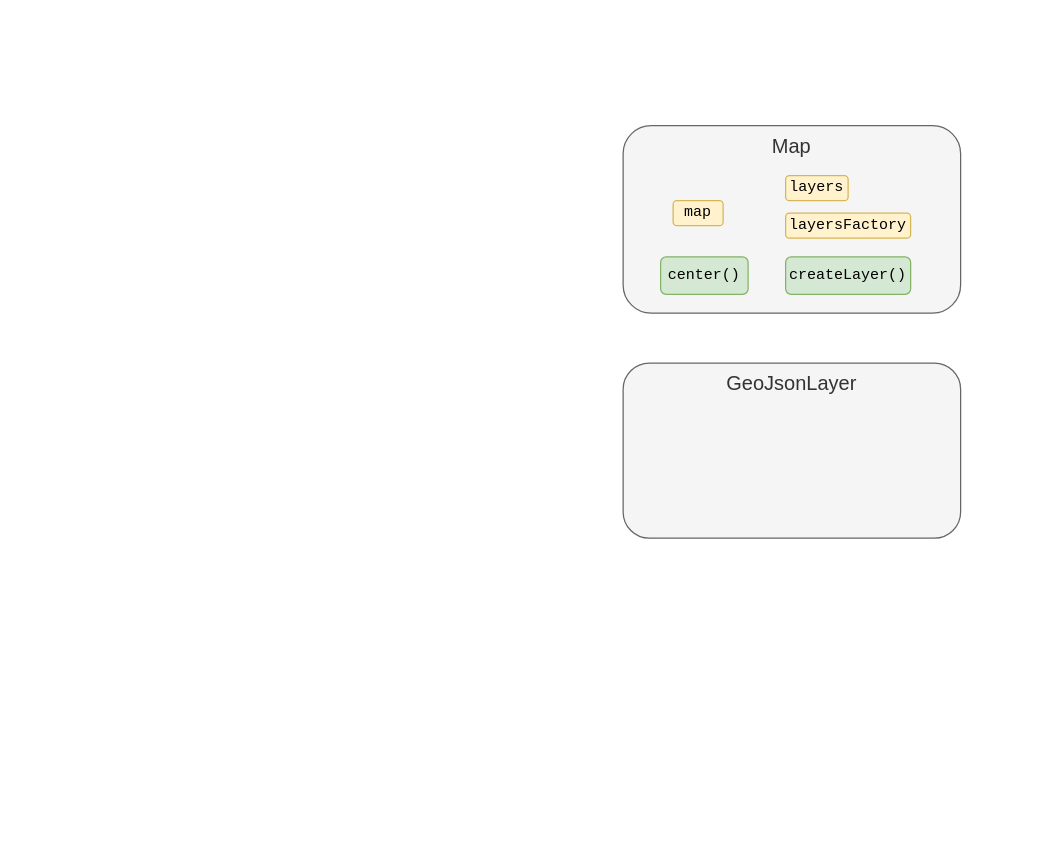
kalisio/kdk keeps this draw.io diagram as page "To be" (2 of 2) of docs/.vitepress/public/Map Activity.drawio. Above is the earlier version. Source tidied: cells renumbered, new cells numbered last; positions are measured from the earlier drawing's top-left corner, leaving out a move shared by most shapes. Both pictures are drawn from the tidied source at 125%, with x=0, y=0 at pixel (622, 125).
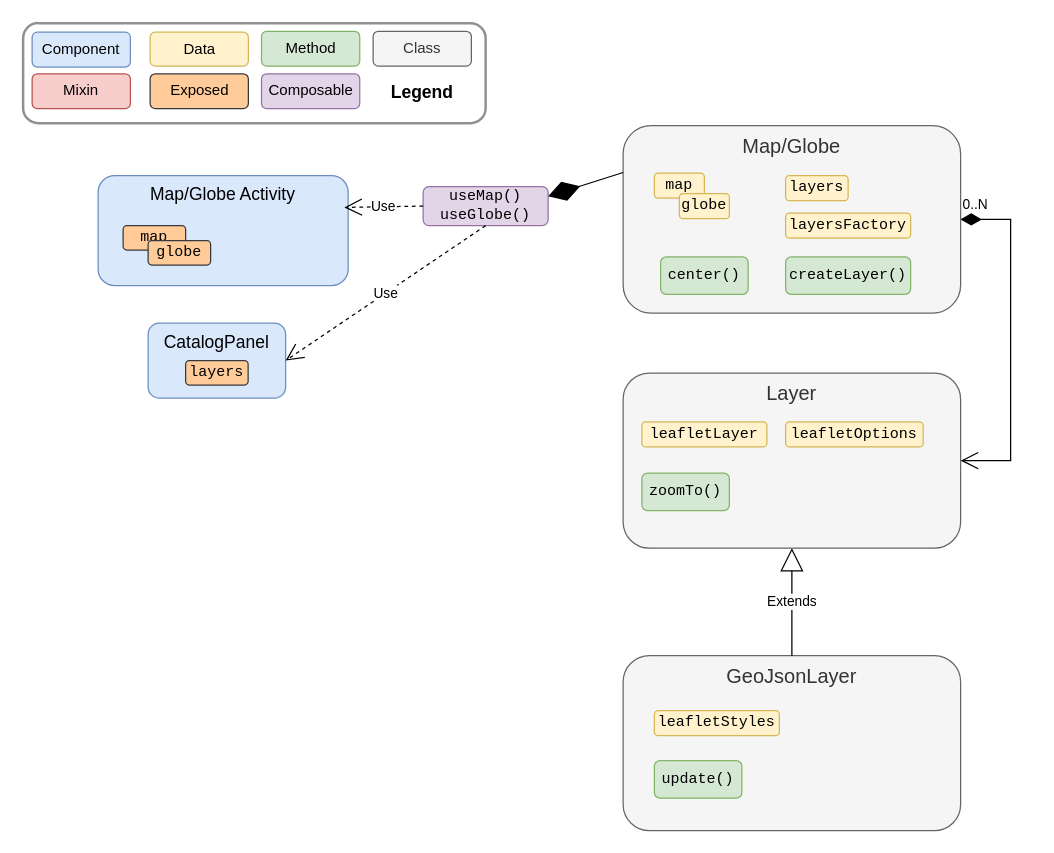
The same page after the edit.

Commit message (it also covers changes not shown here):
chore: updated map activity architecture diagrams

Change to the diagram source:
```diff
@@
-    <mxCell id="2" value="Map" style="rounded=1;whiteSpace=wrap;html=1;fillColor=#f5f5f5;strokeColor=#666666;fontSize=16;fontColor=#333333;verticalAlign=top;" parent="1" vertex="1">
+    <mxCell id="2" value="Map/Globe" style="rounded=1;whiteSpace=wrap;html=1;fillColor=#f5f5f5;strokeColor=#666666;fontSize=16;fontColor=#333333;verticalAlign=top;" parent="1" vertex="1">
       <mxGeometry width="270" height="150" as="geometry" />
     </mxCell>
-    <mxCell id="3" value="GeoJsonLayer" style="rounded=1;whiteSpace=wrap;html=1;fillColor=#f5f5f5;strokeColor=#666666;fontSize=16;fontColor=#333333;verticalAlign=top;" parent="1" vertex="1">
-      <mxGeometry y="190" width="270" height="140" as="geometry" />
+    <mxCell id="3" value="Layer" style="rounded=1;whiteSpace=wrap;html=1;fillColor=#f5f5f5;strokeColor=#666666;fontSize=16;fontColor=#333333;verticalAlign=top;" parent="1" vertex="1">
+      <mxGeometry y="198" width="270" height="140" as="geometry" />
     </mxCell>
     <mxCell id="4" value="&lt;font&gt;map&lt;/font&gt;" style="rounded=1;whiteSpace=wrap;html=1;fillColor=#fff2cc;strokeColor=#d6b656;fontSize=12;fontFamily=Courier New;" parent="1" vertex="1">
-      <mxGeometry x="40" y="60" width="40" height="20" as="geometry" />
+      <mxGeometry x="25" y="38" width="40" height="20" as="geometry" />
     </mxCell>
@@
+    <mxCell id="9" value="&lt;font style=&quot;font-size: 14px&quot;&gt;Map/Globe Activity&lt;/font&gt;" style="rounded=1;whiteSpace=wrap;html=1;fillColor=#dae8fc;strokeColor=#6c8ebf;verticalAlign=top;" parent="1" vertex="1">
+      <mxGeometry x="-420" y="40" width="200" height="88" as="geometry" />
+    </mxCell>
+    <mxCell id="10" value="GeoJsonLayer" style="rounded=1;whiteSpace=wrap;html=1;fillColor=#f5f5f5;strokeColor=#666666;fontSize=16;fontColor=#333333;verticalAlign=top;" parent="1" vertex="1">
+      <mxGeometry y="424" width="270" height="140" as="geometry" />
+    </mxCell>
+    <mxCell id="11" value="&lt;font&gt;leafletLayer&lt;/font&gt;" style="rounded=1;whiteSpace=wrap;html=1;fillColor=#fff2cc;strokeColor=#d6b656;fontSize=12;fontFamily=Courier New;" parent="1" vertex="1">
+      <mxGeometry x="15" y="237" width="100" height="20" as="geometry" />
+    </mxCell>
+    <mxCell id="12" value="&lt;font&gt;update()&lt;/font&gt;" style="rounded=1;whiteSpace=wrap;html=1;fillColor=#d5e8d4;strokeColor=#82b366;fontSize=12;fontFamily=Courier New;" parent="1" vertex="1">
+      <mxGeometry x="25" y="508" width="70" height="30" as="geometry" />
+    </mxCell>
+    <mxCell id="13" value="&lt;font&gt;zoomTo()&lt;/font&gt;" style="rounded=1;whiteSpace=wrap;html=1;fillColor=#d5e8d4;strokeColor=#82b366;fontSize=12;fontFamily=Courier New;" parent="1" vertex="1">
+      <mxGeometry x="15" y="278" width="70" height="30" as="geometry" />
+    </mxCell>
+    <mxCell id="14" value="&lt;font&gt;leafletOptions&lt;/font&gt;" style="rounded=1;whiteSpace=wrap;html=1;fillColor=#fff2cc;strokeColor=#d6b656;fontSize=12;fontFamily=Courier New;" parent="1" vertex="1">
+      <mxGeometry x="130" y="237" width="110" height="20" as="geometry" />
+    </mxCell>
+    <mxCell id="15" value="Extends" style="endArrow=block;endSize=16;endFill=0;html=1;rounded=0;entryX=0.5;entryY=1;entryDx=0;entryDy=0;exitX=0.5;exitY=0;exitDx=0;exitDy=0;" parent="1" edge="1" source="10" target="3">
+      <mxGeometry relative="1" as="geometry" />
+    </mxCell>
+    <mxCell id="16" value="0..N" style="endArrow=open;html=1;endSize=12;startArrow=diamondThin;startSize=14;startFill=1;edgeStyle=orthogonalEdgeStyle;align=left;verticalAlign=bottom;rounded=0;exitX=1;exitY=0.5;exitDx=0;exitDy=0;entryX=1;entryY=0.5;entryDx=0;entryDy=0;" parent="1" edge="1" source="2" target="3">
+      <mxGeometry x="-1" y="3" relative="1" as="geometry">
+        <Array as="points">
+          <mxPoint x="310" y="75" />
+          <mxPoint x="310" y="268" />
+        </Array>
+      </mxGeometry>
+    </mxCell>
+    <mxCell id="17" value="useMap()&lt;br&gt;useGlobe()" style="rounded=1;whiteSpace=wrap;html=1;fillColor=#e1d5e7;strokeColor=#9673a6;fontSize=12;fontFamily=Courier New;" parent="1" vertex="1">
+      <mxGeometry x="-160" y="48.8" width="100" height="31.2" as="geometry" />
+    </mxCell>
+    <mxCell id="18" value="Use" style="endArrow=open;endSize=12;dashed=1;html=1;rounded=0;exitX=0;exitY=0.5;exitDx=0;exitDy=0;entryX=0.985;entryY=0.289;entryDx=0;entryDy=0;entryPerimeter=0;" parent="1" edge="1" source="17" target="9">
+      <mxGeometry relative="1" as="geometry" />
+    </mxCell>
+    <mxCell id="19" style="endArrow=diamondThin;endFill=1;endSize=24;html=1;rounded=0;entryX=1;entryY=0.25;entryDx=0;entryDy=0;exitX=0;exitY=0.25;exitDx=0;exitDy=0;" parent="1" edge="1" source="2" target="17">
+      <mxGeometry relative="1" as="geometry" />
+    </mxCell>
+    <mxCell id="20" value="&lt;font&gt;leafletStyles&lt;/font&gt;" style="rounded=1;whiteSpace=wrap;html=1;fillColor=#fff2cc;strokeColor=#d6b656;fontSize=12;fontFamily=Courier New;" parent="1" vertex="1">
+      <mxGeometry x="25" y="468" width="100" height="20" as="geometry" />
+    </mxCell>
+    <mxCell id="21" style="group;" parent="1" vertex="1">
+      <mxGeometry x="-480" y="-82" width="370" height="80" as="geometry" />
+    </mxCell>
+    <mxCell id="22" style="rounded=1;whiteSpace=wrap;html=1;fillColor=none;strokeWidth=2;strokeColor=#919191;" parent="21" vertex="1">
+      <mxGeometry width="370" height="80" as="geometry" />
+    </mxCell>
+    <mxCell id="23" value="&lt;font&gt;Component&lt;/font&gt;" style="rounded=1;whiteSpace=wrap;html=1;fillColor=#dae8fc;strokeColor=#6c8ebf;fontSize=12;" parent="21" vertex="1">
+      <mxGeometry x="7.2" y="7.2" width="78.6" height="27.9" as="geometry" />
+    </mxCell>
+    <mxCell id="24" value="&lt;font&gt;Data&lt;/font&gt;" style="rounded=1;whiteSpace=wrap;html=1;fillColor=#fff2cc;strokeColor=#d6b656;fontSize=12;" parent="21" vertex="1">
+      <mxGeometry x="101.6" y="7.2" width="78.6" height="27.2" as="geometry" />
+    </mxCell>
+    <mxCell id="25" value="&lt;font&gt;Mixin&lt;/font&gt;" style="rounded=1;whiteSpace=wrap;html=1;fillColor=#f8cecc;strokeColor=#b85450;fontSize=12;" parent="21" vertex="1">
+      <mxGeometry x="7.2" y="40.5" width="78.6" height="27.9" as="geometry" />
+    </mxCell>
+    <mxCell id="26" value="Composable" style="rounded=1;whiteSpace=wrap;html=1;fillColor=#e1d5e7;strokeColor=#9673a6;fontSize=12;" parent="21" vertex="1">
+      <mxGeometry x="190.7" y="40.5" width="78.6" height="27.9" as="geometry" />
+    </mxCell>
+    <mxCell id="27" value="Legend" style="text;html=1;align=center;verticalAlign=middle;fillColor=none;strokeColor=none;rounded=0;fontSize=14;fontStyle=1;" parent="21" vertex="1">
+      <mxGeometry x="284.3" y="44.5" width="70" height="20" as="geometry" />
+    </mxCell>
+    <mxCell id="28" value="&lt;font&gt;Method&lt;/font&gt;" style="rounded=1;whiteSpace=wrap;html=1;fillColor=#d5e8d4;strokeColor=#82b366;fontSize=12;" parent="21" vertex="1">
+      <mxGeometry x="190.7" y="6.5" width="78.6" height="27.9" as="geometry" />
+    </mxCell>
+    <mxCell id="29" value="Class" style="rounded=1;whiteSpace=wrap;html=1;fillColor=#f5f5f5;strokeColor=#666666;fontSize=12;fontColor=#333333;" parent="21" vertex="1">
+      <mxGeometry x="280" y="6.5" width="78.6" height="27.9" as="geometry" />
+    </mxCell>
+    <mxCell id="30" value="Exposed" style="rounded=1;whiteSpace=wrap;html=1;fontSize=12;fillColor=#ffcc99;strokeColor=#36393d;" parent="21" vertex="1">
+      <mxGeometry x="101.6" y="40.5" width="78.6" height="27.9" as="geometry" />
+    </mxCell>
+    <mxCell id="31" value="&lt;font&gt;globe&lt;/font&gt;" style="rounded=1;whiteSpace=wrap;html=1;fillColor=#fff2cc;strokeColor=#d6b656;fontSize=12;fontFamily=Courier New;" parent="1" vertex="1">
+      <mxGeometry x="45" y="54.4" width="40" height="20" as="geometry" />
+    </mxCell>
+    <mxCell id="32" value="&lt;font style=&quot;font-size: 14px&quot;&gt;CatalogPanel&lt;/font&gt;" style="rounded=1;whiteSpace=wrap;html=1;fillColor=#dae8fc;strokeColor=#6c8ebf;verticalAlign=top;" parent="1" vertex="1">
+      <mxGeometry x="-380" y="158" width="110" height="60" as="geometry" />
+    </mxCell>
+    <mxCell id="33" value="Use" style="endArrow=open;endSize=12;dashed=1;html=1;rounded=0;exitX=0.5;exitY=1;exitDx=0;exitDy=0;entryX=1;entryY=0.5;entryDx=0;entryDy=0;" parent="1" edge="1" source="17" target="32">
+      <mxGeometry relative="1" as="geometry" />
+    </mxCell>
+    <mxCell id="34" value="layers" style="rounded=1;whiteSpace=wrap;html=1;fontSize=12;fillColor=#ffcc99;strokeColor=#36393d;fontFamily=Courier New;" parent="1" vertex="1">
+      <mxGeometry x="-350" y="188" width="50" height="19.5" as="geometry" />
+    </mxCell>
+    <mxCell id="35" value="map" style="rounded=1;whiteSpace=wrap;html=1;fontSize=12;fillColor=#ffcc99;strokeColor=#36393d;fontFamily=Courier New;" parent="1" vertex="1">
+      <mxGeometry x="-400" y="80" width="50" height="19.5" as="geometry" />
+    </mxCell>
+    <mxCell id="36" value="globe" style="rounded=1;whiteSpace=wrap;html=1;fontSize=12;fillColor=#ffcc99;strokeColor=#36393d;fontFamily=Courier New;" parent="1" vertex="1">
+      <mxGeometry x="-380" y="92" width="50" height="19.5" as="geometry" />
+    </mxCell>
```
